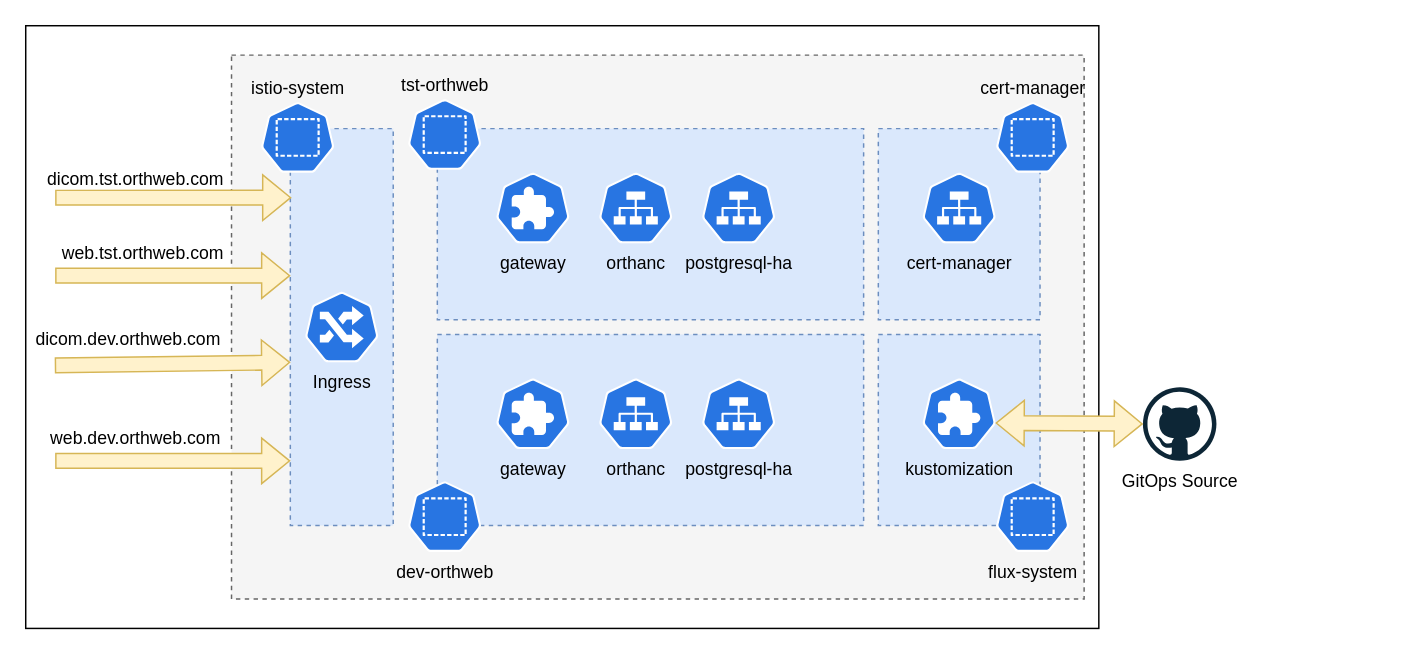
digihunch/korthweb keeps this draw.io diagram as gitops/resources/korthweb-gitops.drawio. Above is the earlier version. Source tidied: cells renumbered, new cells numbered last; positions are measured from the earlier drawing's top-left corner, leaving out a move shared by most shapes. Both pictures are drawn from the tidied source at 147%, with x=0, y=0 at pixel (25, 25).
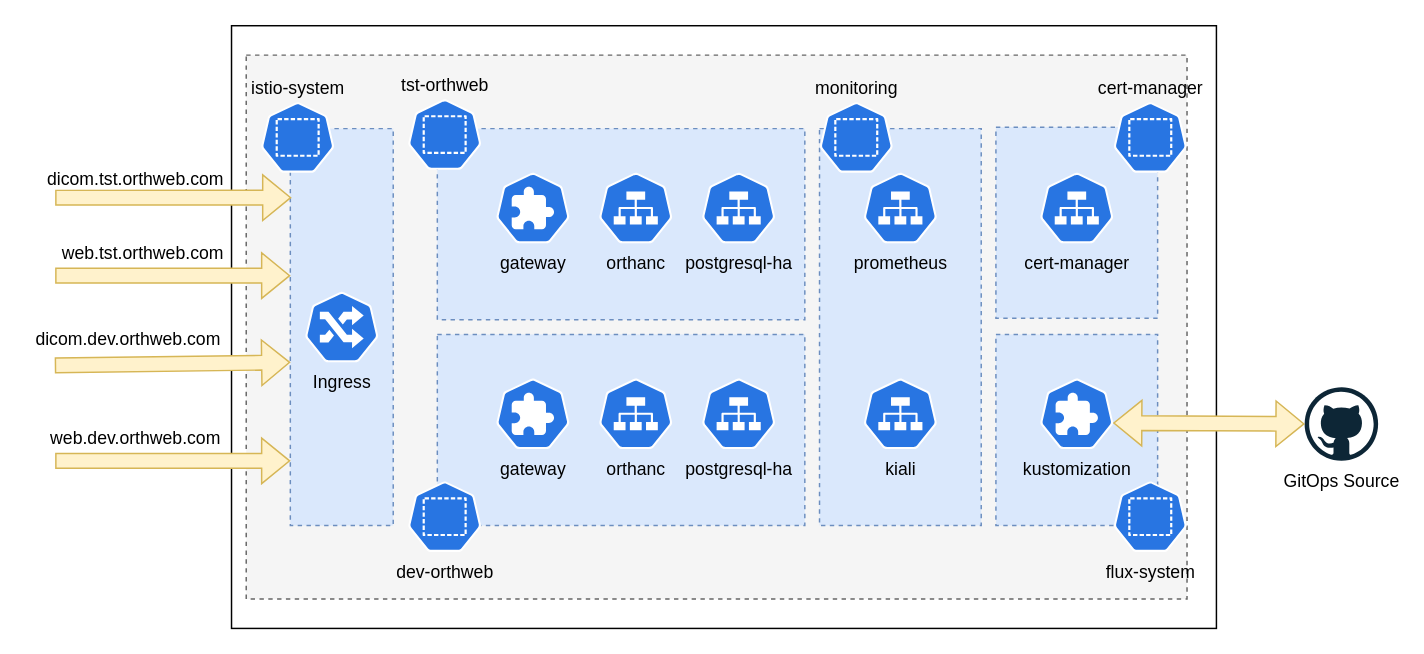
The same diagram, later.

Change to the diagram source:
```diff
@@
     <mxCell id="2" style="rounded=0;whiteSpace=wrap;html=1;" parent="1" vertex="1">
-      <mxGeometry width="730" height="410" as="geometry" />
+      <mxGeometry x="140" width="670" height="410" as="geometry" />
     </mxCell>
     <mxCell id="3" style="rounded=0;whiteSpace=wrap;html=1;dashed=1;fillColor=#f5f5f5;fontColor=#333333;strokeColor=#666666;" parent="1" vertex="1">
-      <mxGeometry x="140" y="20" width="580" height="370" as="geometry" />
+      <mxGeometry x="150" y="20" width="640" height="370" as="geometry" />
     </mxCell>
@@
     <mxCell id="5" style="rounded=0;whiteSpace=wrap;html=1;dashed=1;fillColor=#dae8fc;strokeColor=#6c8ebf;" parent="1" vertex="1">
-      <mxGeometry x="580" y="210" width="110" height="130" as="geometry" />
+      <mxGeometry x="660" y="210" width="110" height="130" as="geometry" />
     </mxCell>
     <mxCell id="6" style="rounded=0;whiteSpace=wrap;html=1;dashed=1;fillColor=#dae8fc;strokeColor=#6c8ebf;" parent="1" vertex="1">
-      <mxGeometry x="580" y="70" width="110" height="130" as="geometry" />
+      <mxGeometry x="660" y="69" width="110" height="130" as="geometry" />
     </mxCell>
     <mxCell id="7" style="rounded=0;whiteSpace=wrap;html=1;dashed=1;fillColor=#dae8fc;strokeColor=#6c8ebf;" parent="1" vertex="1">
-      <mxGeometry x="280" y="70" width="290" height="130" as="geometry" />
+      <mxGeometry x="280" y="70" width="250" height="130" as="geometry" />
     </mxCell>
@@
     <mxCell id="12" value="cert-manager" style="sketch=0;html=1;dashed=0;whitespace=wrap;fillColor=#2875E2;strokeColor=#ffffff;shape=mxgraph.kubernetes.icon;prIcon=svc;labelPosition=center;verticalLabelPosition=bottom;align=center;verticalAlign=top;" parent="1" vertex="1">
-      <mxGeometry x="610" y="100" width="50" height="48" as="geometry" />
+      <mxGeometry x="690" y="100" width="50" height="48" as="geometry" />
     </mxCell>
@@
     <mxCell id="14" style="rounded=0;whiteSpace=wrap;html=1;dashed=1;fillColor=#dae8fc;strokeColor=#6c8ebf;" parent="1" vertex="1">
-      <mxGeometry x="280" y="210" width="290" height="130" as="geometry" />
+      <mxGeometry x="280" y="210" width="250" height="130" as="geometry" />
     </mxCell>
@@
     <mxCell id="19" value="cert-manager" style="sketch=0;html=1;dashed=0;whitespace=wrap;fillColor=#2875E2;strokeColor=#ffffff;shape=mxgraph.kubernetes.icon;prIcon=ns;labelPosition=center;verticalLabelPosition=top;align=center;verticalAlign=bottom;" parent="1" vertex="1">
-      <mxGeometry x="660" y="52" width="50" height="48" as="geometry" />
+      <mxGeometry x="740" y="52" width="50" height="48" as="geometry" />
     </mxCell>
     <mxCell id="20" value="flux-system" style="sketch=0;html=1;dashed=0;whitespace=wrap;fillColor=#2875E2;strokeColor=#ffffff;shape=mxgraph.kubernetes.icon;prIcon=ns;labelPosition=center;verticalLabelPosition=bottom;align=center;verticalAlign=top;" parent="1" vertex="1">
-      <mxGeometry x="660" y="310" width="50" height="48" as="geometry" />
+      <mxGeometry x="740" y="310" width="50" height="48" as="geometry" />
     </mxCell>
@@
     <mxCell id="22" value="GitOps Source" style="dashed=0;outlineConnect=0;html=1;align=center;labelPosition=center;verticalLabelPosition=bottom;verticalAlign=top;shape=mxgraph.weblogos.github;" parent="1" vertex="1">
-      <mxGeometry x="760" y="246" width="50" height="50" as="geometry" />
+      <mxGeometry x="870" y="246" width="50" height="50" as="geometry" />
     </mxCell>
     <mxCell id="23" value="kustomization" style="sketch=0;html=1;dashed=0;whitespace=wrap;fillColor=#2875E2;strokeColor=#ffffff;points=[[0.005,0.63,0],[0.1,0.2,0],[0.9,0.2,0],[0.5,0,0],[0.995,0.63,0],[0.72,0.99,0],[0.5,1,0],[0.28,0.99,0]];shape=mxgraph.kubernetes.icon;prIcon=crd;labelPosition=center;verticalLabelPosition=bottom;align=center;verticalAlign=top;" parent="1" vertex="1">
-      <mxGeometry x="610" y="240" width="50" height="48" as="geometry" />
+      <mxGeometry x="690" y="240" width="50" height="48" as="geometry" />
     </mxCell>
@@
+    <mxCell id="33" style="rounded=0;whiteSpace=wrap;html=1;dashed=1;fillColor=#dae8fc;strokeColor=#6c8ebf;" parent="1" vertex="1">
+      <mxGeometry x="540" y="70" width="110" height="270" as="geometry" />
+    </mxCell>
+    <mxCell id="34" value="monitoring" style="sketch=0;html=1;dashed=0;whitespace=wrap;fillColor=#2875E2;strokeColor=#ffffff;shape=mxgraph.kubernetes.icon;prIcon=ns;labelPosition=center;verticalLabelPosition=top;align=center;verticalAlign=bottom;" parent="1" vertex="1">
+      <mxGeometry x="540" y="52" width="50" height="48" as="geometry" />
+    </mxCell>
+    <mxCell id="35" value="prometheus" style="sketch=0;html=1;dashed=0;whitespace=wrap;fillColor=#2875E2;strokeColor=#ffffff;shape=mxgraph.kubernetes.icon;prIcon=svc;labelPosition=center;verticalLabelPosition=bottom;align=center;verticalAlign=top;" parent="1" vertex="1">
+      <mxGeometry x="570" y="100" width="50" height="48" as="geometry" />
+    </mxCell>
+    <mxCell id="36" value="kiali" style="sketch=0;html=1;dashed=0;whitespace=wrap;fillColor=#2875E2;strokeColor=#ffffff;shape=mxgraph.kubernetes.icon;prIcon=svc;labelPosition=center;verticalLabelPosition=bottom;align=center;verticalAlign=top;" parent="1" vertex="1">
+      <mxGeometry x="570" y="240" width="50" height="48" as="geometry" />
+    </mxCell>
```
